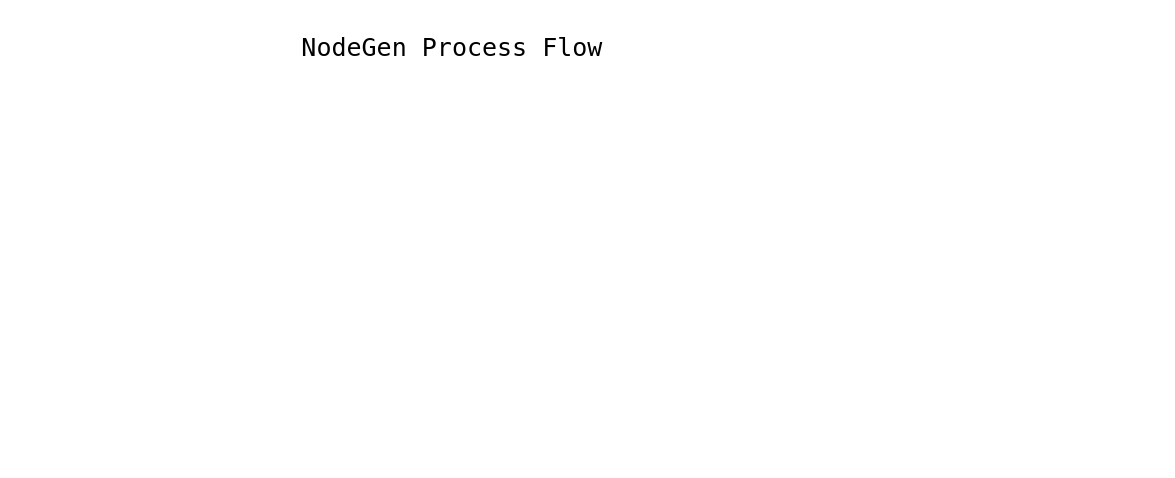
alexindevs/NodeGen keeps this draw.io diagram as NodeGen.drawio. Above is the earlier version. Source tidied: cells renumbered, new cells numbered last; positions are measured from the earlier drawing's top-left corner, leaving out a move shared by most shapes. Both pictures are drawn from the tidied source at 125%, with x=0, y=0 at pixel (320, 21).
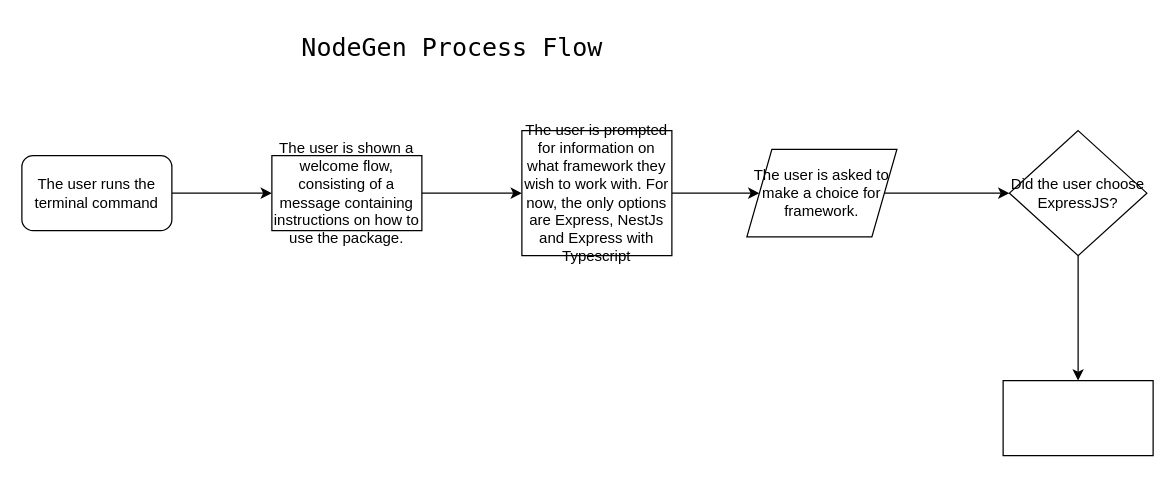
Above is the later version.

Change to the diagram source:
```diff
@@
 <mxGraphModel>
   <root>
     <mxCell id="0" />
     <mxCell id="1" parent="0" />
     <mxCell id="2" value="NodeGen Process Flow" style="text;html=1;align=center;verticalAlign=middle;strokeColor=none;fillColor=none;fontSize=20;fontFamily=Lucida Console;" parent="1" vertex="1">
       <mxGeometry width="210" height="40" as="geometry" />
     </mxCell>
+    <mxCell id="3" style="edgeStyle=orthogonalEdgeStyle;rounded=0;jettySize=auto;html=1;" parent="1" edge="1" source="4">
+      <mxGeometry relative="1" as="geometry">
+        <mxPoint x="-39" y="137" as="targetPoint" />
+      </mxGeometry>
+    </mxCell>
+    <mxCell id="4" value="The user runs the terminal command" style="rounded=1;whiteSpace=wrap;html=1;" parent="1" vertex="1">
+      <mxGeometry x="-239" y="107" width="120" height="60" as="geometry" />
+    </mxCell>
+    <mxCell id="5" style="edgeStyle=orthogonalEdgeStyle;rounded=0;jettySize=auto;html=1;" parent="1" edge="1" source="6" target="8">
+      <mxGeometry relative="1" as="geometry" />
+    </mxCell>
+    <mxCell id="6" value="The user is shown a welcome flow, consisting of a message containing instructions on how to use the package." style="rounded=0;whiteSpace=wrap;html=1;" parent="1" vertex="1">
+      <mxGeometry x="-39" y="107" width="120" height="60" as="geometry" />
+    </mxCell>
+    <mxCell id="7" style="edgeStyle=orthogonalEdgeStyle;rounded=0;jettySize=auto;html=1;exitX=1;exitY=0.5;exitDx=0;exitDy=0;entryX=0;entryY=0.5;entryDx=0;entryDy=0;" parent="1" edge="1" source="8" target="10">
+      <mxGeometry relative="1" as="geometry" />
+    </mxCell>
+    <mxCell id="8" value="The user is prompted for information on what framework they wish to work with. For now, the only options are Express, NestJs and Express with Typescript" style="whiteSpace=wrap;html=1;rounded=0;" parent="1" vertex="1">
+      <mxGeometry x="161" y="87" width="120" height="100" as="geometry" />
+    </mxCell>
+    <mxCell id="9" style="edgeStyle=orthogonalEdgeStyle;rounded=0;jettySize=auto;html=1;" parent="1" edge="1" source="10" target="12">
+      <mxGeometry relative="1" as="geometry" />
+    </mxCell>
+    <mxCell id="10" value="The user is asked to make a choice for framework." style="shape=parallelogram;perimeter=parallelogramPerimeter;whiteSpace=wrap;html=1;fixedSize=1;" parent="1" vertex="1">
+      <mxGeometry x="341" y="102" width="120" height="70" as="geometry" />
+    </mxCell>
+    <mxCell id="11" style="edgeStyle=orthogonalEdgeStyle;rounded=0;jettySize=auto;html=1;" parent="1" edge="1" source="12" target="13">
+      <mxGeometry relative="1" as="geometry" />
+    </mxCell>
+    <mxCell id="12" value="Did the user choose ExpressJS?" style="rhombus;whiteSpace=wrap;html=1;" parent="1" vertex="1">
+      <mxGeometry x="551" y="87" width="110" height="100" as="geometry" />
+    </mxCell>
+    <mxCell id="13" style="whiteSpace=wrap;html=1;" parent="1" vertex="1">
+      <mxGeometry x="546" y="287" width="120" height="60" as="geometry" />
+    </mxCell>
   </root>
 </mxGraphModel>
```
